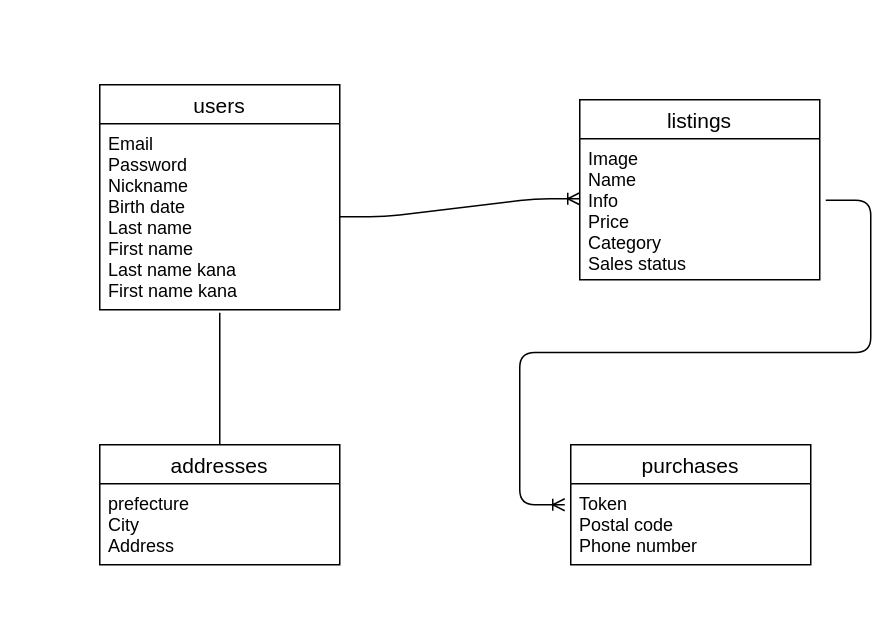
The draw.io diagram page "見て欲しい方" (2 of 2) of furima.dio in keita0667/furima-29570, before the edit. Source tidied: cells renumbered, new cells numbered last; positions are measured from the earlier drawing's top-left corner, leaving out a move shared by most shapes. Both pictures are drawn from the tidied source at 150%, with x=0, y=0 at pixel (99, 84).
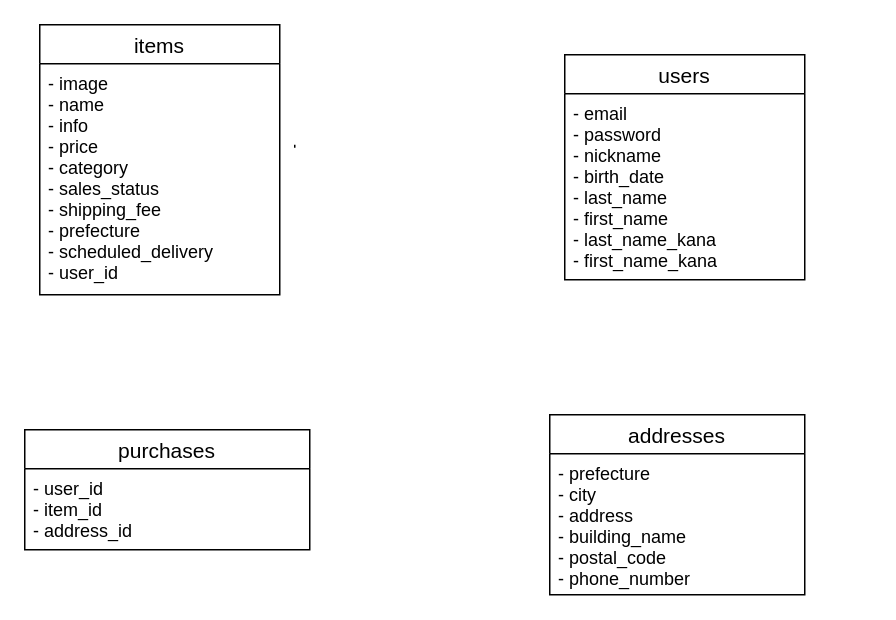
The same page after the edit.

Commit message (it also covers changes not shown here):
READMEとER図の修正

Diff of the diagram source:
```diff
@@
 <mxGraphModel>
   <root>
     <mxCell id="0" />
     <mxCell id="1" parent="0" />
     <mxCell id="2" value="users" style="swimlane;fontStyle=0;horizontal=1;startSize=26;align=center;fontSize=14;" parent="1" vertex="1">
-      <mxGeometry width="160" height="150" as="geometry" />
+      <mxGeometry x="310" y="-20" width="160" height="150" as="geometry" />
     </mxCell>
-    <mxCell id="3" value="Email&#10;Password&#10;Nickname&#10;Birth date&#10;Last name&#10;First name&#10;Last name kana&#10;First name kana" style="text;strokeColor=none;fillColor=none;spacingLeft=4;spacingRight=4;overflow=hidden;points=[[0,0.5],[1,0.5]];portConstraint=eastwest;fontSize=12;" parent="2" vertex="1">
+    <mxCell id="3" value="- email&#10;- password&#10;- nickname&#10;- birth_date&#10;- last_name&#10;- first_name&#10;- last_name_kana&#10;- first_name_kana" style="text;strokeColor=none;fillColor=none;spacingLeft=4;spacingRight=4;overflow=hidden;points=[[0,0.5],[1,0.5]];portConstraint=eastwest;fontSize=12;" parent="2" vertex="1">
       <mxGeometry y="26" width="160" height="124" as="geometry" />
     </mxCell>
-    <mxCell id="4" value="listings" style="swimlane;fontStyle=0;horizontal=1;startSize=26;align=center;fontSize=14;" parent="1" vertex="1">
-      <mxGeometry x="320" y="10" width="160" height="120" as="geometry" />
+    <mxCell id="4" value="items" style="swimlane;fontStyle=0;horizontal=1;startSize=26;align=center;fontSize=14;" parent="1" vertex="1">
+      <mxGeometry x="-40" y="-40" width="160" height="180" as="geometry" />
     </mxCell>
-    <mxCell id="5" value="Image&#10;Name&#10;Info&#10;Price&#10;Category&#10;Sales status" style="text;strokeColor=none;fillColor=none;spacingLeft=4;spacingRight=4;overflow=hidden;points=[[0,0.5],[1,0.5]];portConstraint=eastwest;fontSize=12;" parent="4" vertex="1">
-      <mxGeometry y="26" width="160" height="94" as="geometry" />
+    <mxCell id="5" value="- image&#10;- name&#10;- info&#10;- price&#10;- category&#10;- sales_status&#10;- shipping_fee&#10;- prefecture&#10;- scheduled_delivery&#10;- user_id" style="text;strokeColor=none;fillColor=none;spacingLeft=4;spacingRight=4;overflow=hidden;points=[[0,0.5],[1,0.5]];portConstraint=eastwest;fontSize=12;" parent="4" vertex="1">
+      <mxGeometry y="26" width="160" height="154" as="geometry" />
     </mxCell>
     <mxCell id="6" value="purchases" style="swimlane;fontStyle=0;horizontal=1;startSize=26;align=center;fontSize=14;" parent="1" vertex="1">
-      <mxGeometry x="314" y="240" width="160" height="80" as="geometry" />
+      <mxGeometry x="-50" y="230" width="190" height="80" as="geometry" />
     </mxCell>
-    <mxCell id="7" value="Token&#10;Postal code&#10;Phone number" style="text;strokeColor=none;fillColor=none;spacingLeft=4;spacingRight=4;overflow=hidden;fontSize=12;" parent="6" vertex="1">
-      <mxGeometry y="26" width="160" height="54" as="geometry" />
+    <mxCell id="7" value="- user_id&#10;- item_id&#10;- address_id" style="text;strokeColor=none;fillColor=none;spacingLeft=4;spacingRight=4;overflow=hidden;fontSize=12;" parent="6" vertex="1">
+      <mxGeometry y="26" width="190" height="54" as="geometry" />
     </mxCell>
     <mxCell id="8" value="addresses" style="swimlane;fontStyle=0;horizontal=1;startSize=26;align=center;fontSize=14;" parent="1" vertex="1">
-      <mxGeometry y="240" width="160" height="80" as="geometry" />
+      <mxGeometry x="300" y="220" width="170" height="120" as="geometry" />
     </mxCell>
-    <mxCell id="9" value="prefecture&#10;City&#10;Address" style="text;strokeColor=none;fillColor=none;spacingLeft=4;spacingRight=4;overflow=hidden;fontSize=12;" parent="8" vertex="1">
-      <mxGeometry y="26" width="160" height="54" as="geometry" />
+    <mxCell id="9" value="- prefecture&#10;- city&#10;- address&#10;- building_name&#10;- postal_code&#10;- phone_number" style="text;strokeColor=none;fillColor=none;spacingLeft=4;spacingRight=4;overflow=hidden;fontSize=12;" parent="8" vertex="1">
+      <mxGeometry y="26" width="170" height="94" as="geometry" />
     </mxCell>
-    <mxCell id="10" style="edgeStyle=entityRelationEdgeStyle;fontSize=12;html=1;endArrow=ERoneToMany;exitX=1;exitY=0.5;exitDx=0;exitDy=0;" parent="1" edge="1" source="3">
-      <mxGeometry relative="1" as="geometry">
-        <mxPoint x="320" y="76" as="targetPoint" />
-      </mxGeometry>
-    </mxCell>
-    <mxCell id="11" style="edgeStyle=entityRelationEdgeStyle;fontSize=12;html=1;endArrow=ERoneToMany;exitX=1.025;exitY=0.436;exitDx=0;exitDy=0;exitPerimeter=0;" parent="1" edge="1" source="5">
-      <mxGeometry relative="1" as="geometry">
-        <mxPoint x="310" y="280" as="targetPoint" />
-      </mxGeometry>
-    </mxCell>
-    <mxCell id="12" style="endArrow=none;html=1;rounded=0;entryX=0.5;entryY=0;entryDx=0;entryDy=0;" parent="1" edge="1" target="8">
-      <mxGeometry relative="1" as="geometry">
-        <mxPoint x="80" y="152" as="sourcePoint" />
-      </mxGeometry>
-    </mxCell>
+    <mxCell id="13" style="endArrow=none;html=1;rounded=0;entryX=0.5;entryY=0;entryDx=0;entryDy=0;" parent="1" edge="1">
+      <mxGeometry relative="1" as="geometry">
+        <mxPoint x="130" y="42" as="sourcePoint" />
+        <mxPoint x="130" y="40" as="targetPoint" />
+      </mxGeometry>
+    </mxCell>
   </root>
 </mxGraphModel>
```
